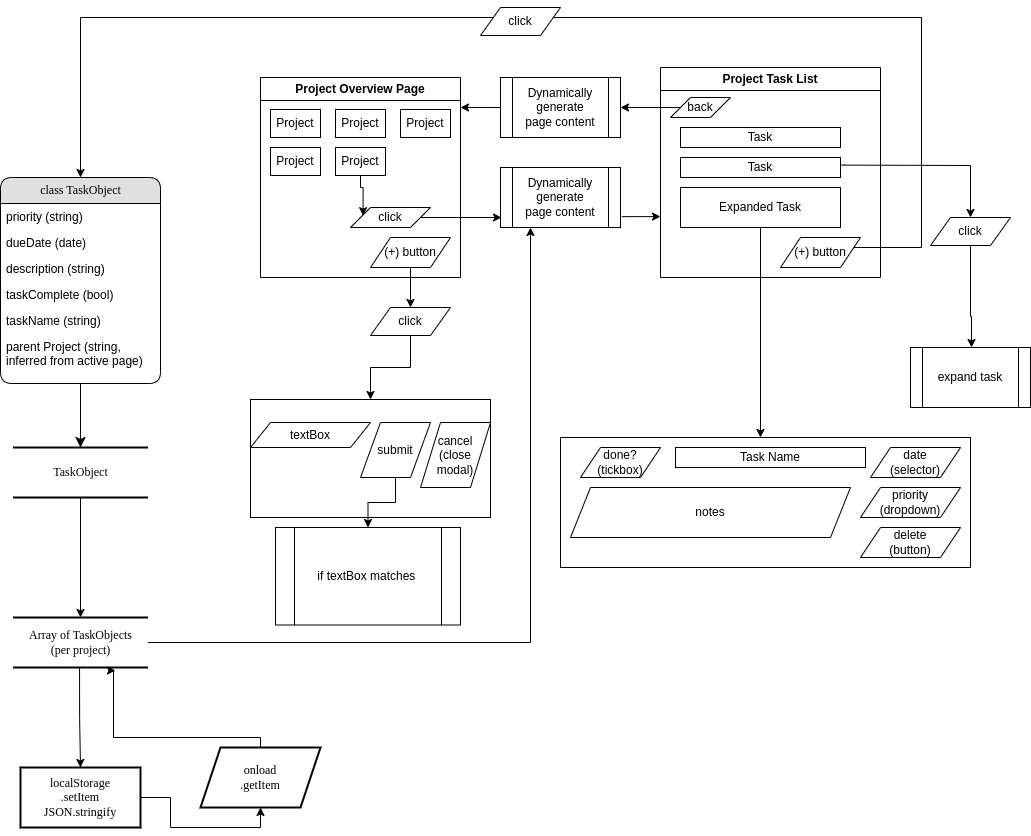
The draw.io diagram flowchart.drawio.png in sykul/Todo-List, before a commit. Source tidied: cells renumbered, new cells last; positions are measured from the earlier drawing's top-left corner, leaving out a move shared by most shapes.
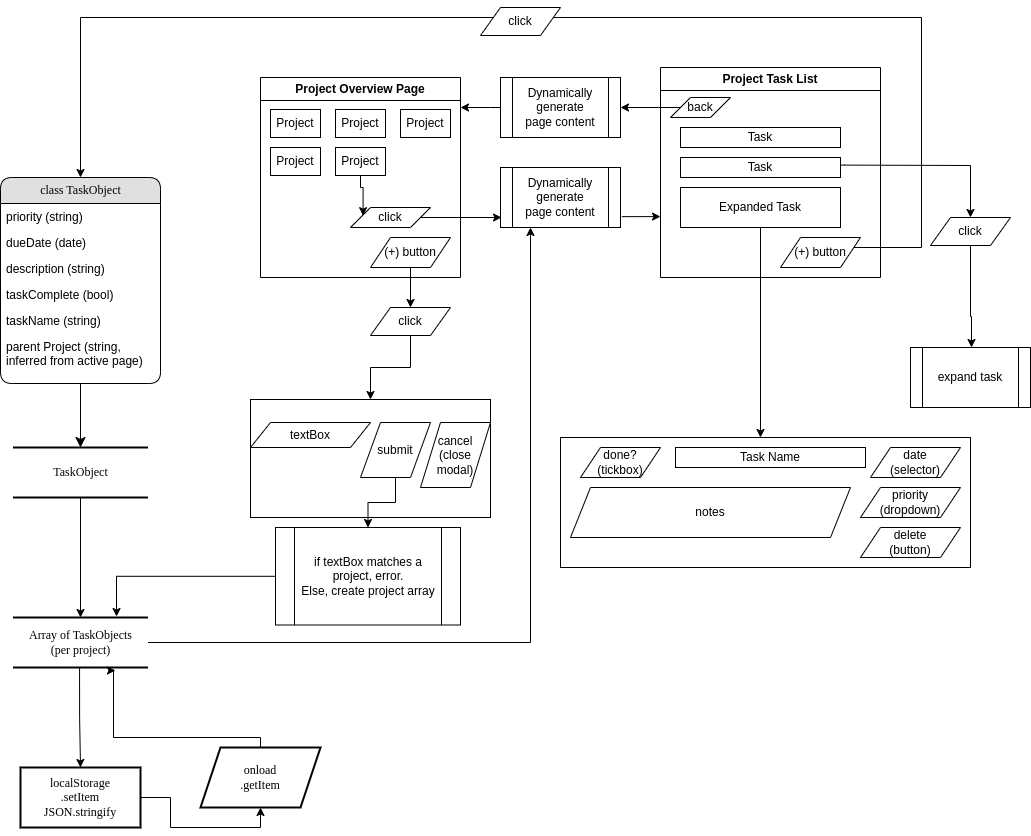
Later version of the same file.

Diff of the diagram source:
```diff
@@ -235,8 +235,11 @@
     <mxCell id="62" value="cancel&lt;div&gt;(close&lt;/div&gt;&lt;div&gt;modal)&lt;/div&gt;" style="shape=parallelogram;perimeter=parallelogramPerimeter;whiteSpace=wrap;html=1;fixedSize=1;" parent="1" vertex="1">
       <mxGeometry x="420" y="415" width="70" height="65" as="geometry" />
     </mxCell>
-    <mxCell id="63" value="if textBox matches&amp;nbsp;" style="shape=process;whiteSpace=wrap;html=1;backgroundOutline=1;" parent="1" vertex="1">
+    <mxCell id="63" value="if textBox matches a project, error.&lt;div&gt;Else, create project array&lt;/div&gt;" style="shape=process;whiteSpace=wrap;html=1;backgroundOutline=1;" parent="1" vertex="1">
       <mxGeometry x="275" y="520" width="185" height="97.5" as="geometry" />
     </mxCell>
+    <mxCell id="64" style="edgeStyle=orthogonalEdgeStyle;rounded=0;jettySize=auto;html=1;entryX=0.767;entryY=-0.02;entryDx=0;entryDy=0;entryPerimeter=0;" parent="1" edge="1" source="63" target="12">
+      <mxGeometry relative="1" as="geometry" />
+    </mxCell>
   </root>
 </mxGraphModel>
```
